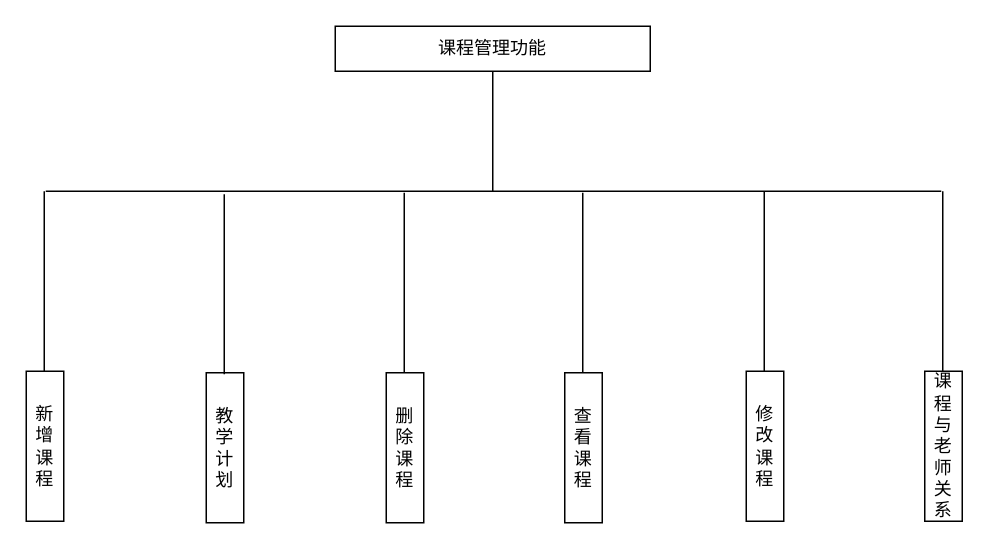
creazy412/none keeps this draw.io diagram as 课程管理功能.drawio. Above is the earlier version. Source tidied: cells renumbered, new cells numbered last; positions are measured from the earlier drawing's top-left corner, leaving out a move shared by most shapes. Both pictures are drawn from the tidied source at 150%, with x=0, y=0 at pixel (26, 26).
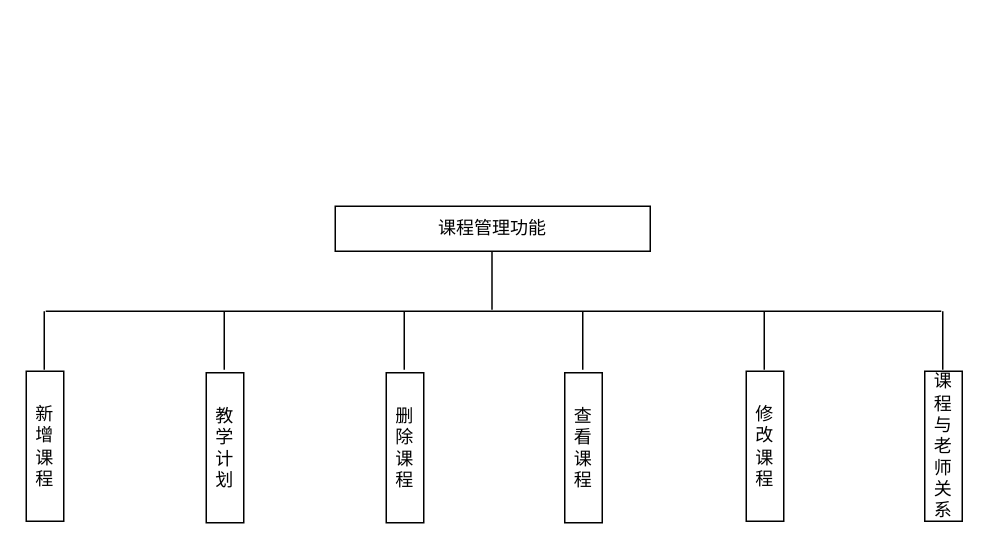
Above is the later version.

Commit message:
更新课程管理功能.drawio

Diff of the diagram source:
```diff
@@
     <mxCell id="2" value="&lt;font face=&quot;宋体&quot;&gt;课程管理功能&lt;/font&gt;" style="rounded=0;whiteSpace=wrap;html=1;" parent="1" vertex="1">
-      <mxGeometry x="206" width="210" height="30" as="geometry" />
+      <mxGeometry x="206" y="120" width="210" height="30" as="geometry" />
     </mxCell>
-    <mxCell id="3" style="endArrow=none;html=1;rounded=0;entryX=0.5;entryY=1;entryDx=0;entryDy=0;" parent="1" edge="1" target="2">
-      <mxGeometry relative="1" as="geometry">
-        <mxPoint x="311" y="110" as="sourcePoint" />
-      </mxGeometry>
-    </mxCell>
@@
     <mxCell id="5" style="endArrow=none;html=1;rounded=0;" parent="1" edge="1">
       <mxGeometry relative="1" as="geometry">
-        <mxPoint x="13" y="110" as="sourcePoint" />
-        <mxPoint x="610" y="110" as="targetPoint" />
+        <mxPoint x="13" y="190" as="sourcePoint" />
+        <mxPoint x="610" y="190" as="targetPoint" />
       </mxGeometry>
     </mxCell>
@@
-    <mxCell id="7" style="endArrow=none;html=1;rounded=0;" parent="1" edge="1">
-      <mxGeometry relative="1" as="geometry">
-        <mxPoint x="12" y="230" as="sourcePoint" />
-        <mxPoint x="12" y="110" as="targetPoint" />
-      </mxGeometry>
-    </mxCell>
@@
-    <mxCell id="9" style="endArrow=none;html=1;rounded=0;" parent="1" edge="1">
-      <mxGeometry relative="1" as="geometry">
-        <mxPoint x="252" y="231" as="sourcePoint" />
-        <mxPoint x="252" y="111" as="targetPoint" />
-      </mxGeometry>
-    </mxCell>
@@
-    <mxCell id="11" style="endArrow=none;html=1;rounded=0;" parent="1" edge="1">
-      <mxGeometry relative="1" as="geometry">
-        <mxPoint x="371" y="231" as="sourcePoint" />
-        <mxPoint x="371" y="111" as="targetPoint" />
-      </mxGeometry>
-    </mxCell>
-    <mxCell id="12" style="endArrow=none;html=1;rounded=0;" parent="1" edge="1">
-      <mxGeometry relative="1" as="geometry">
-        <mxPoint x="132" y="232" as="sourcePoint" />
-        <mxPoint x="132" y="112" as="targetPoint" />
-      </mxGeometry>
-    </mxCell>
@@
-    <mxCell id="14" style="endArrow=none;html=1;rounded=0;" parent="1" edge="1">
-      <mxGeometry relative="1" as="geometry">
-        <mxPoint x="492" y="230" as="sourcePoint" />
-        <mxPoint x="492" y="110" as="targetPoint" />
-      </mxGeometry>
-    </mxCell>
@@
-    <mxCell id="16" style="endArrow=none;html=1;rounded=0;" parent="1" edge="1">
-      <mxGeometry relative="1" as="geometry">
-        <mxPoint x="611" y="230" as="sourcePoint" />
-        <mxPoint x="611" y="110" as="targetPoint" />
-      </mxGeometry>
-    </mxCell>
+    <mxCell id="17" style="endArrow=none;html=1;rounded=0;" parent="1" edge="1">
+      <mxGeometry relative="1" as="geometry">
+        <mxPoint x="310.5" y="189" as="sourcePoint" />
+        <mxPoint x="310.5" y="150" as="targetPoint" />
+      </mxGeometry>
+    </mxCell>
+    <mxCell id="18" style="endArrow=none;html=1;rounded=0;" parent="1" edge="1">
+      <mxGeometry relative="1" as="geometry">
+        <mxPoint x="12" y="229" as="sourcePoint" />
+        <mxPoint x="12" y="190" as="targetPoint" />
+      </mxGeometry>
+    </mxCell>
+    <mxCell id="19" style="endArrow=none;html=1;rounded=0;" parent="1" edge="1">
+      <mxGeometry relative="1" as="geometry">
+        <mxPoint x="132" y="229" as="sourcePoint" />
+        <mxPoint x="132" y="190" as="targetPoint" />
+      </mxGeometry>
+    </mxCell>
+    <mxCell id="20" style="endArrow=none;html=1;rounded=0;" parent="1" edge="1">
+      <mxGeometry relative="1" as="geometry">
+        <mxPoint x="252" y="229" as="sourcePoint" />
+        <mxPoint x="252" y="190" as="targetPoint" />
+      </mxGeometry>
+    </mxCell>
+    <mxCell id="21" style="endArrow=none;html=1;rounded=0;" parent="1" edge="1">
+      <mxGeometry relative="1" as="geometry">
+        <mxPoint x="371" y="229" as="sourcePoint" />
+        <mxPoint x="371" y="190" as="targetPoint" />
+      </mxGeometry>
+    </mxCell>
+    <mxCell id="22" style="endArrow=none;html=1;rounded=0;" parent="1" edge="1">
+      <mxGeometry relative="1" as="geometry">
+        <mxPoint x="492" y="229" as="sourcePoint" />
+        <mxPoint x="492" y="190" as="targetPoint" />
+      </mxGeometry>
+    </mxCell>
+    <mxCell id="23" style="endArrow=none;html=1;rounded=0;" parent="1" edge="1">
+      <mxGeometry relative="1" as="geometry">
+        <mxPoint x="611" y="229" as="sourcePoint" />
+        <mxPoint x="611" y="190" as="targetPoint" />
+      </mxGeometry>
+    </mxCell>
```
